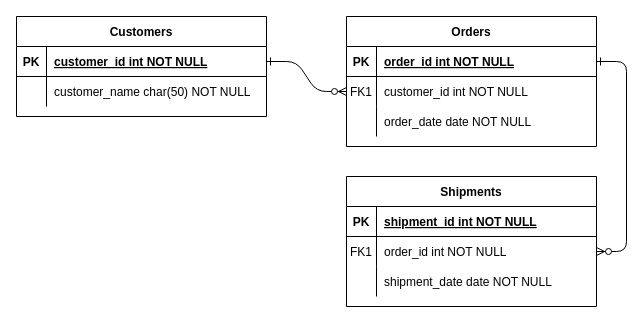
This is Untitled Diagram.drawio from milaneuh/crud-php-bootstrap, a draw.io file, before an edit. Source tidied: cells renumbered, new cells numbered last; positions are measured from the earlier drawing's top-left corner, leaving out a move shared by most shapes. Both pictures are drawn from the tidied source at 100%, with x=0, y=0 at pixel (16, 16).
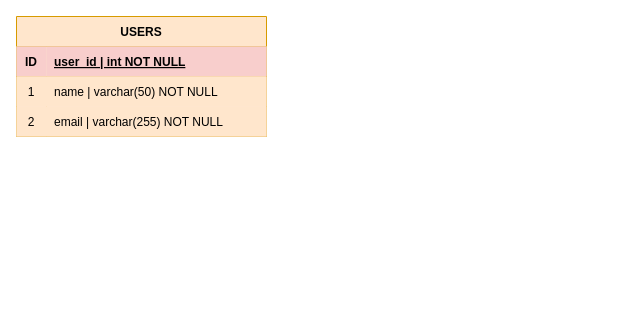
After the change.

Change to the diagram source:
```diff
@@
-    <mxCell id="2" style="edgeStyle=entityRelationEdgeStyle;endArrow=ERzeroToMany;startArrow=ERone;endFill=1;startFill=0;" parent="1" edge="1" source="25" target="8">
-      <mxGeometry relative="1" as="geometry" />
-    </mxCell>
-    <mxCell id="3" style="edgeStyle=entityRelationEdgeStyle;endArrow=ERzeroToMany;startArrow=ERone;endFill=1;startFill=0;" parent="1" edge="1" source="5" target="18">
-      <mxGeometry relative="1" as="geometry" />
-    </mxCell>
-    <mxCell id="4" value="Orders" style="shape=table;startSize=30;childLayout=tableLayout;rowLines=0;fontStyle=1;align=center;" parent="1" vertex="1">
-      <mxGeometry x="330" width="250" height="130" as="geometry" />
-    </mxCell>
-    <mxCell id="5" style="shape=partialRectangle;fillColor=none;points=[[0,0.5],[1,0.5]];portConstraint=eastwest;top=0;left=0;right=0;bottom=1;" parent="4" vertex="1">
-      <mxGeometry y="30" width="250" height="30" as="geometry" />
-    </mxCell>
-    <mxCell id="6" value="PK" style="shape=partialRectangle;overflow=hidden;fillColor=none;top=0;left=0;bottom=0;right=0;fontStyle=1;" parent="5" vertex="1">
-      <mxGeometry width="30" height="30" as="geometry" />
-    </mxCell>
-    <mxCell id="7" value="order_id int NOT NULL " style="shape=partialRectangle;overflow=hidden;fillColor=none;top=0;left=0;bottom=0;right=0;align=left;spacingLeft=6;fontStyle=5;" parent="5" vertex="1">
-      <mxGeometry x="30" width="220" height="30" as="geometry" />
-    </mxCell>
-    <mxCell id="8" style="shape=partialRectangle;fillColor=none;points=[[0,0.5],[1,0.5]];portConstraint=eastwest;top=0;left=0;right=0;bottom=0;" parent="4" vertex="1">
-      <mxGeometry y="60" width="250" height="30" as="geometry" />
-    </mxCell>
-    <mxCell id="9" value="FK1" style="shape=partialRectangle;overflow=hidden;fillColor=none;top=0;left=0;bottom=0;right=0;" parent="8" vertex="1">
-      <mxGeometry width="30" height="30" as="geometry" />
-    </mxCell>
-    <mxCell id="10" value="customer_id int NOT NULL" style="shape=partialRectangle;overflow=hidden;fillColor=none;top=0;left=0;bottom=0;right=0;align=left;spacingLeft=6;" parent="8" vertex="1">
-      <mxGeometry x="30" width="220" height="30" as="geometry" />
-    </mxCell>
-    <mxCell id="11" style="shape=partialRectangle;fillColor=none;top=0;left=0;right=0;bottom=0;" parent="4" vertex="1">
-      <mxGeometry y="90" width="250" height="30" as="geometry" />
-    </mxCell>
-    <mxCell id="12" style="shape=partialRectangle;overflow=hidden;fillColor=none;top=0;left=0;bottom=0;right=0;" parent="11" vertex="1">
-      <mxGeometry width="30" height="30" as="geometry" />
-    </mxCell>
-    <mxCell id="13" value="order_date date NOT NULL" style="shape=partialRectangle;overflow=hidden;fillColor=none;top=0;left=0;bottom=0;right=0;align=left;spacingLeft=6;" parent="11" vertex="1">
-      <mxGeometry x="30" width="220" height="30" as="geometry" />
-    </mxCell>
-    <mxCell id="14" value="Shipments" style="shape=table;startSize=30;childLayout=tableLayout;rowLines=0;fontStyle=1;align=center;" parent="1" vertex="1">
-      <mxGeometry x="330" y="160" width="250" height="130" as="geometry" />
-    </mxCell>
-    <mxCell id="15" style="shape=partialRectangle;fillColor=none;top=0;left=0;right=0;bottom=1;" parent="14" vertex="1">
-      <mxGeometry y="30" width="250" height="30" as="geometry" />
-    </mxCell>
-    <mxCell id="16" value="PK" style="shape=partialRectangle;overflow=hidden;fillColor=none;top=0;left=0;bottom=0;right=0;fontStyle=1;" parent="15" vertex="1">
-      <mxGeometry width="30" height="30" as="geometry" />
-    </mxCell>
-    <mxCell id="17" value="shipment_id int NOT NULL " style="shape=partialRectangle;overflow=hidden;fillColor=none;top=0;left=0;bottom=0;right=0;align=left;spacingLeft=6;fontStyle=5;" parent="15" vertex="1">
-      <mxGeometry x="30" width="220" height="30" as="geometry" />
-    </mxCell>
-    <mxCell id="18" style="shape=partialRectangle;fillColor=none;points=[[0,0.5],[1,0.5]];portConstraint=eastwest;top=0;left=0;right=0;bottom=0;" parent="14" vertex="1">
-      <mxGeometry y="60" width="250" height="30" as="geometry" />
-    </mxCell>
-    <mxCell id="19" value="FK1" style="shape=partialRectangle;overflow=hidden;fillColor=none;top=0;left=0;bottom=0;right=0;" parent="18" vertex="1">
-      <mxGeometry width="30" height="30" as="geometry" />
-    </mxCell>
-    <mxCell id="20" value="order_id int NOT NULL" style="shape=partialRectangle;overflow=hidden;fillColor=none;top=0;left=0;bottom=0;right=0;align=left;spacingLeft=6;" parent="18" vertex="1">
-      <mxGeometry x="30" width="220" height="30" as="geometry" />
-    </mxCell>
-    <mxCell id="21" style="shape=partialRectangle;fillColor=none;top=0;left=0;right=0;bottom=0;" parent="14" vertex="1">
-      <mxGeometry y="90" width="250" height="30" as="geometry" />
-    </mxCell>
-    <mxCell id="22" style="shape=partialRectangle;overflow=hidden;fillColor=none;top=0;left=0;bottom=0;right=0;" parent="21" vertex="1">
-      <mxGeometry width="30" height="30" as="geometry" />
-    </mxCell>
-    <mxCell id="23" value="shipment_date date NOT NULL" style="shape=partialRectangle;overflow=hidden;fillColor=none;top=0;left=0;bottom=0;right=0;align=left;spacingLeft=6;" parent="21" vertex="1">
-      <mxGeometry x="30" width="220" height="30" as="geometry" />
-    </mxCell>
-    <mxCell id="24" value="Customers" style="shape=table;startSize=30;childLayout=tableLayout;rowLines=0;fontStyle=1;align=center;" parent="1" vertex="1">
-      <mxGeometry width="250" height="100" as="geometry" />
+    <mxCell id="24" value="USERS" style="shape=table;startSize=30;childLayout=tableLayout;rowLines=0;fontStyle=1;align=center;fillColor=#ffe6cc;strokeColor=#d79b00;" parent="1" vertex="1">
+      <mxGeometry width="250" height="120" as="geometry" />
     </mxCell>
-    <mxCell id="25" style="shape=partialRectangle;fillColor=none;points=[[0,0.5],[1,0.5]];portConstraint=eastwest;top=0;left=0;right=0;bottom=1;" parent="24" vertex="1">
+    <mxCell id="25" style="shape=partialRectangle;fillColor=#ffe6cc;points=[[0,0.5],[1,0.5]];portConstraint=eastwest;top=0;left=0;right=0;bottom=1;strokeColor=#d79b00;" parent="24" vertex="1">
       <mxGeometry y="30" width="250" height="30" as="geometry" />
     </mxCell>
-    <mxCell id="26" value="PK" style="shape=partialRectangle;overflow=hidden;fillColor=none;top=0;left=0;bottom=0;right=0;fontStyle=1;" parent="25" vertex="1">
+    <mxCell id="26" value="ID" style="shape=partialRectangle;overflow=hidden;fillColor=#f8cecc;top=0;left=0;bottom=0;right=0;fontStyle=1;strokeColor=#b85450;" parent="25" vertex="1">
       <mxGeometry width="30" height="30" as="geometry" />
     </mxCell>
-    <mxCell id="27" value="customer_id int NOT NULL " style="shape=partialRectangle;overflow=hidden;fillColor=none;top=0;left=0;bottom=0;right=0;align=left;spacingLeft=6;fontStyle=5;" parent="25" vertex="1">
+    <mxCell id="27" value="user_id | int NOT NULL" style="shape=partialRectangle;overflow=hidden;fillColor=#f8cecc;top=0;left=0;bottom=0;right=0;align=left;spacingLeft=6;fontStyle=5;strokeColor=#b85450;" parent="25" vertex="1">
       <mxGeometry x="30" width="220" height="30" as="geometry" />
     </mxCell>
-    <mxCell id="28" style="shape=partialRectangle;fillColor=none;top=0;left=0;right=0;bottom=0;" parent="24" vertex="1">
+    <mxCell id="28" style="shape=partialRectangle;fillColor=#ffe6cc;top=0;left=0;right=0;bottom=0;strokeColor=#d79b00;" parent="24" vertex="1">
       <mxGeometry y="60" width="250" height="30" as="geometry" />
     </mxCell>
-    <mxCell id="29" style="shape=partialRectangle;overflow=hidden;fillColor=none;top=0;left=0;bottom=0;right=0;" parent="28" vertex="1">
+    <mxCell id="29" value="1" style="shape=partialRectangle;overflow=hidden;fillColor=#ffe6cc;top=0;left=0;bottom=0;right=0;strokeColor=#d79b00;" parent="28" vertex="1">
       <mxGeometry width="30" height="30" as="geometry" />
     </mxCell>
-    <mxCell id="30" value="customer_name char(50) NOT NULL" style="shape=partialRectangle;overflow=hidden;fillColor=none;top=0;left=0;bottom=0;right=0;align=left;spacingLeft=6;" parent="28" vertex="1">
+    <mxCell id="30" value="name | varchar(50) NOT NULL" style="shape=partialRectangle;overflow=hidden;fillColor=#ffe6cc;top=0;left=0;bottom=0;right=0;align=left;spacingLeft=6;strokeColor=#d79b00;" parent="28" vertex="1">
       <mxGeometry x="30" width="220" height="30" as="geometry" />
     </mxCell>
+    <mxCell id="31" style="shape=partialRectangle;fillColor=#ffe6cc;top=0;left=0;right=0;bottom=0;strokeColor=#d79b00;" parent="24" vertex="1">
+      <mxGeometry y="90" width="250" height="30" as="geometry" />
+    </mxCell>
+    <mxCell id="32" value="2" style="shape=partialRectangle;overflow=hidden;fillColor=#ffe6cc;top=0;left=0;bottom=0;right=0;strokeColor=#d79b00;" parent="31" vertex="1">
+      <mxGeometry width="30" height="30" as="geometry" />
+    </mxCell>
+    <mxCell id="33" value="email | varchar(255) NOT NULL" style="shape=partialRectangle;overflow=hidden;fillColor=#ffe6cc;top=0;left=0;bottom=0;right=0;align=left;spacingLeft=6;strokeColor=#d79b00;" parent="31" vertex="1">
+      <mxGeometry x="30" width="220" height="30" as="geometry" />
+    </mxCell>
```
